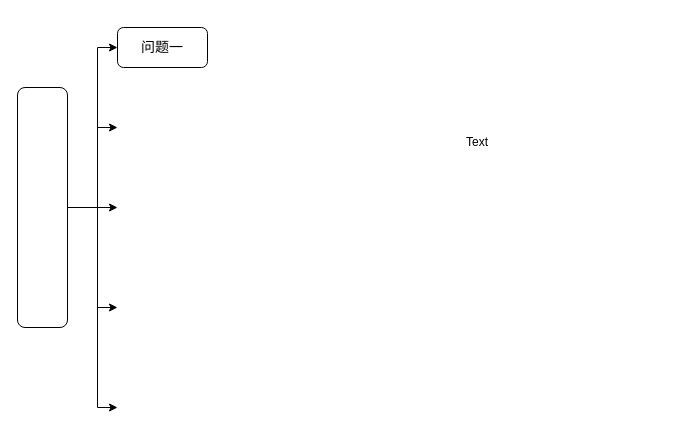
The draw.io diagram 未命名绘图.drawio in dp0qb/Repo4Drawio, before the edit. Source tidied: cells renumbered, new cells numbered last; positions are measured from the earlier drawing's top-left corner, leaving out a move shared by most shapes. Both pictures are drawn from the tidied source at 100%, with x=0, y=0 at pixel (17, 27).
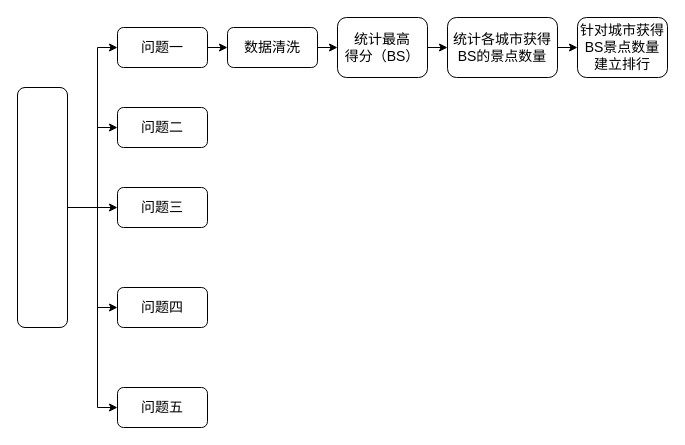
Above is the later version.

What changed in the source:
```diff
@@
-    <mxCell id="11" value="Text" style="text;strokeColor=none;align=center;fillColor=none;html=1;verticalAlign=middle;whiteSpace=wrap;rounded=0;" parent="1" vertex="1">
-      <mxGeometry x="430" y="100" width="60" height="30" as="geometry" />
-    </mxCell>
+    <mxCell id="12" value="&lt;font style=&quot;font-size: 14px;&quot; face=&quot;宋体&quot;&gt;问题二&lt;/font&gt;" style="rounded=1;whiteSpace=wrap;html=1;" parent="1" vertex="1">
+      <mxGeometry x="100" y="80" width="90" height="40" as="geometry" />
+    </mxCell>
+    <mxCell id="13" value="&lt;font style=&quot;font-size: 14px;&quot; face=&quot;宋体&quot;&gt;问题三&lt;/font&gt;" style="rounded=1;whiteSpace=wrap;html=1;" parent="1" vertex="1">
+      <mxGeometry x="100" y="160" width="90" height="40" as="geometry" />
+    </mxCell>
+    <mxCell id="14" value="&lt;font style=&quot;font-size: 14px;&quot; face=&quot;宋体&quot;&gt;问题四&lt;/font&gt;" style="rounded=1;whiteSpace=wrap;html=1;" parent="1" vertex="1">
+      <mxGeometry x="100" y="260" width="90" height="40" as="geometry" />
+    </mxCell>
+    <mxCell id="15" value="&lt;font style=&quot;font-size: 14px;&quot; face=&quot;宋体&quot;&gt;问题五&lt;/font&gt;" style="rounded=1;whiteSpace=wrap;html=1;" parent="1" vertex="1">
+      <mxGeometry x="100" y="360" width="90" height="40" as="geometry" />
+    </mxCell>
+    <mxCell id="16" style="endArrow=classic;html=1;rounded=0;" parent="1" edge="1">
+      <mxGeometry relative="1" as="geometry">
+        <mxPoint x="190" y="20" as="sourcePoint" />
+        <mxPoint x="210" y="20" as="targetPoint" />
+      </mxGeometry>
+    </mxCell>
+    <mxCell id="17" value="&lt;font style=&quot;font-size: 14px;&quot; face=&quot;宋体&quot;&gt;数据清洗&lt;/font&gt;" style="rounded=1;whiteSpace=wrap;html=1;" parent="1" vertex="1">
+      <mxGeometry x="210" width="90" height="40" as="geometry" />
+    </mxCell>
+    <mxCell id="18" style="endArrow=classic;html=1;rounded=0;" parent="1" edge="1">
+      <mxGeometry relative="1" as="geometry">
+        <mxPoint x="300" y="20" as="sourcePoint" />
+        <mxPoint x="320" y="20" as="targetPoint" />
+      </mxGeometry>
+    </mxCell>
+    <mxCell id="19" value="&lt;font face=&quot;宋体&quot;&gt;&lt;span style=&quot;font-size: 14px;&quot;&gt;统计最高&lt;/span&gt;&lt;/font&gt;&lt;div&gt;&lt;font face=&quot;宋体&quot;&gt;&lt;span style=&quot;font-size: 14px;&quot;&gt;得分（BS）&lt;/span&gt;&lt;/font&gt;&lt;/div&gt;" style="rounded=1;whiteSpace=wrap;html=1;" parent="1" vertex="1">
+      <mxGeometry x="320" y="-10" width="90" height="60" as="geometry" />
+    </mxCell>
+    <mxCell id="20" style="endArrow=classic;html=1;rounded=0;" parent="1" edge="1">
+      <mxGeometry relative="1" as="geometry">
+        <mxPoint x="410" y="20" as="sourcePoint" />
+        <mxPoint x="430" y="20" as="targetPoint" />
+      </mxGeometry>
+    </mxCell>
+    <mxCell id="21" value="&lt;font face=&quot;宋体&quot;&gt;&lt;span style=&quot;font-size: 14px;&quot;&gt;统计各城市获得&lt;/span&gt;&lt;/font&gt;&lt;span style=&quot;font-size: 14px; font-family: 宋体; background-color: initial;&quot;&gt;BS的景点数量&lt;/span&gt;" style="rounded=1;whiteSpace=wrap;html=1;" parent="1" vertex="1">
+      <mxGeometry x="430" y="-10" width="110" height="60" as="geometry" />
+    </mxCell>
+    <mxCell id="22" style="endArrow=classic;html=1;rounded=0;" parent="1" edge="1">
+      <mxGeometry relative="1" as="geometry">
+        <mxPoint x="540" y="20" as="sourcePoint" />
+        <mxPoint x="560" y="20" as="targetPoint" />
+      </mxGeometry>
+    </mxCell>
+    <mxCell id="23" value="&lt;font face=&quot;宋体&quot;&gt;&lt;span style=&quot;font-size: 14px;&quot;&gt;针对城市获得BS景点数量&lt;/span&gt;&lt;/font&gt;&lt;div&gt;&lt;font face=&quot;宋体&quot;&gt;&lt;span style=&quot;font-size: 14px;&quot;&gt;建立排行&lt;/span&gt;&lt;/font&gt;&lt;/div&gt;" style="rounded=1;whiteSpace=wrap;html=1;" parent="1" vertex="1">
+      <mxGeometry x="560" y="-10" width="90" height="60" as="geometry" />
+    </mxCell>
```
